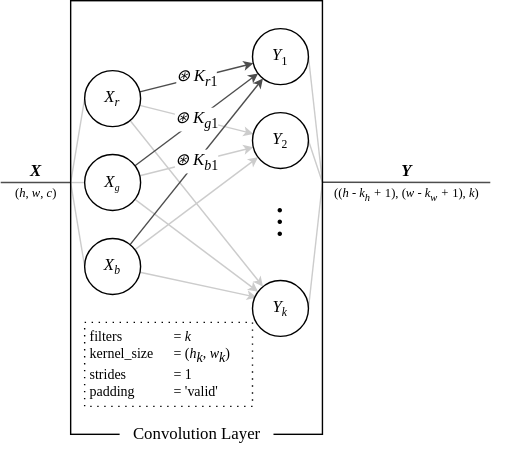
This is img/convolution.svg from dragoon8192/LaundryTag, a draw.io export, as it was before one commit. Source tidied: cells renumbered, new cells last; positions are measured from the earlier drawing's top-left corner, leaving out a move shared by most shapes.
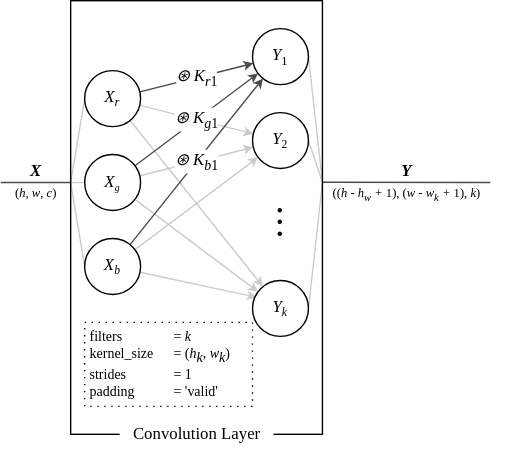
After the commit.

What changed in the source:
```diff
@@ -92,7 +92,7 @@
     <mxCell id="25" value="&lt;font style=&quot;font-size: 9px;&quot;&gt;(&lt;i&gt;h&lt;/i&gt;, &lt;i&gt;w&lt;/i&gt;, &lt;i&gt;c&lt;/i&gt;)&lt;/font&gt;" style="text;html=1;align=center;verticalAlign=middle;strokeColor=none;fillColor=none;fontSize=18;fontFamily=Times New Roman;spacing=0;labelBackgroundColor=none;" parent="1" vertex="1">
       <mxGeometry y="120" width="50" height="30" as="geometry" />
     </mxCell>
-    <mxCell id="26" value="&lt;font style=&quot;font-size: 9px;&quot;&gt;((&lt;i&gt;h - k&lt;sub&gt;h&lt;/sub&gt; +&lt;/i&gt; 1), (&lt;i&gt;w - k&lt;sub&gt;w&lt;/sub&gt; + &lt;/i&gt;1), &lt;i&gt;k&lt;/i&gt;)&lt;/font&gt;" style="text;html=1;align=center;verticalAlign=middle;strokeColor=none;fillColor=none;fontSize=18;fontFamily=Times New Roman;spacing=0;labelBackgroundColor=none;" parent="1" vertex="1">
+    <mxCell id="26" value="&lt;font style=&quot;font-size: 9px;&quot;&gt;((&lt;i&gt;h - h&lt;sub&gt;w&lt;/sub&gt; +&lt;/i&gt; 1), (&lt;i&gt;w - w&lt;sub&gt;k&lt;/sub&gt;&amp;nbsp;+ &lt;/i&gt;1), &lt;i&gt;k&lt;/i&gt;)&lt;/font&gt;" style="text;html=1;align=center;verticalAlign=middle;strokeColor=none;fillColor=none;fontSize=18;fontFamily=Times New Roman;spacing=0;labelBackgroundColor=none;" parent="1" vertex="1">
       <mxGeometry x="220" y="120" width="140" height="30" as="geometry" />
     </mxCell>
     <mxCell id="27" value="&lt;span style=&quot;color: rgb(0, 0, 0); font-family: &amp;quot;Times New Roman&amp;quot;; font-size: 24px; font-style: normal; font-variant-ligatures: normal; font-variant-caps: normal; font-weight: 400; letter-spacing: normal; orphans: 2; text-indent: 0px; text-transform: none; widows: 2; word-spacing: 0px; -webkit-text-stroke-width: 0px; text-decoration-thickness: initial; text-decoration-style: initial; text-decoration-color: initial; float: none; display: inline !important;&quot;&gt;︙&lt;/span&gt;" style="text;whiteSpace=wrap;html=1;fontFamily=Times New Roman;align=center;verticalAlign=middle;fontSize=24;labelBackgroundColor=none;" parent="1" vertex="1">
```
